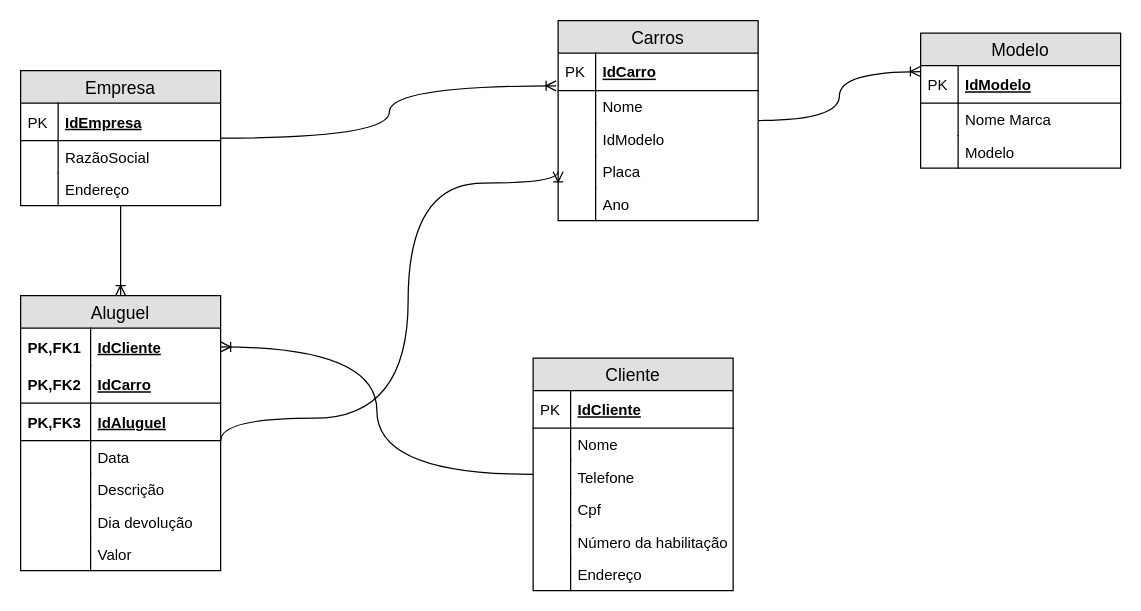
Earlier version of the draw.io diagram page "Page-2" (2 of 2) of Rick´s Cars.drawio (Rodhenrique/Sprint-BD-Senai). Source tidied: cells renumbered, new cells numbered last; positions are measured from the earlier drawing's top-left corner, leaving out a move shared by most shapes. Both pictures are drawn from the tidied source at 125%, with x=0, y=0 at pixel (20, 20).
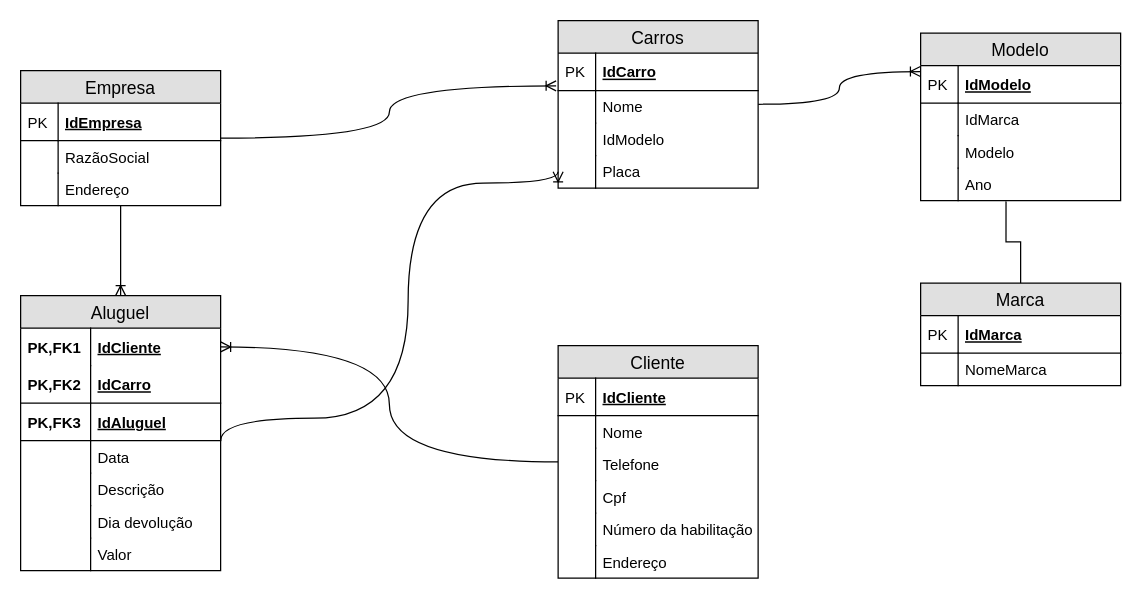
The same diagram, later.

What changed in the source:
```diff
@@
     <mxCell id="12" value="Carros" style="swimlane;fontStyle=0;horizontal=1;startSize=26;fillColor=#e0e0e0;swimlaneFillColor=#ffffff;align=center;fontSize=14;" parent="1" vertex="1">
-      <mxGeometry x="430" y="-0.1" width="160" height="160" as="geometry" />
+      <mxGeometry x="430" y="-0.1" width="160" height="134" as="geometry" />
     </mxCell>
@@
-    <mxCell id="21" value="Ano" style="shape=partialRectangle;top=0;left=0;right=0;bottom=0;align=left;verticalAlign=top;fillColor=none;spacingLeft=34;spacingRight=4;overflow=hidden;points=[[0,0.5],[1,0.5]];portConstraint=eastwest;fontSize=12;" parent="12" vertex="1">
-      <mxGeometry y="134" width="160" height="26" as="geometry" />
-    </mxCell>
-    <mxCell id="22" style="shape=partialRectangle;top=0;left=0;bottom=0;fillColor=none;align=left;verticalAlign=top;spacingLeft=4;spacingRight=4;overflow=hidden;fontSize=12;" parent="21" vertex="1">
-      <mxGeometry width="30" height="26" as="geometry" />
-    </mxCell>
@@
     <mxCell id="39" value="Cliente" style="swimlane;fontStyle=0;horizontal=1;startSize=26;fillColor=#e0e0e0;swimlaneFillColor=#ffffff;align=center;fontSize=14;" parent="1" vertex="1">
-      <mxGeometry x="410" y="270" width="160" height="186" as="geometry" />
+      <mxGeometry x="430" y="260" width="160" height="186" as="geometry" />
     </mxCell>
@@
     <mxCell id="53" value="Modelo" style="swimlane;fontStyle=0;horizontal=1;startSize=26;fillColor=#e0e0e0;swimlaneFillColor=#ffffff;align=center;fontSize=14;" parent="1" vertex="1">
-      <mxGeometry x="720" y="10" width="160" height="108" as="geometry" />
+      <mxGeometry x="720" y="10" width="160" height="134" as="geometry" />
     </mxCell>
@@
-    <mxCell id="56" value="Nome Marca" style="shape=partialRectangle;top=0;left=0;right=0;bottom=0;align=left;verticalAlign=top;fillColor=none;spacingLeft=34;spacingRight=4;overflow=hidden;fontSize=12;" parent="53" vertex="1">
+    <mxCell id="56" value="IdMarca" style="shape=partialRectangle;top=0;left=0;right=0;bottom=0;align=left;verticalAlign=top;fillColor=none;spacingLeft=34;spacingRight=4;overflow=hidden;fontSize=12;" parent="53" vertex="1">
       <mxGeometry y="56" width="160" height="26" as="geometry" />
     </mxCell>
@@
+    <mxCell id="21" value="Ano" style="shape=partialRectangle;top=0;left=0;right=0;bottom=0;align=left;verticalAlign=top;fillColor=none;spacingLeft=34;spacingRight=4;overflow=hidden;points=[[0,0.5],[1,0.5]];portConstraint=eastwest;fontSize=12;" parent="53" vertex="1">
+      <mxGeometry y="108" width="160" height="26" as="geometry" />
+    </mxCell>
+    <mxCell id="60" style="shape=partialRectangle;top=0;left=0;bottom=0;fillColor=none;align=left;verticalAlign=top;spacingLeft=4;spacingRight=4;overflow=hidden;fontSize=12;" parent="21" vertex="1">
+      <mxGeometry width="30" height="26" as="geometry" />
+    </mxCell>
+    <mxCell id="61" style="edgeStyle=orthogonalEdgeStyle;rounded=0;jettySize=auto;html=1;entryX=0.427;entryY=1.023;entryDx=0;entryDy=0;entryPerimeter=0;endArrow=none;endFill=0;" parent="1" edge="1" source="62" target="21">
+      <mxGeometry relative="1" as="geometry" />
+    </mxCell>
+    <mxCell id="62" value="Marca" style="swimlane;fontStyle=0;horizontal=1;startSize=26;fillColor=#e0e0e0;swimlaneFillColor=#ffffff;align=center;fontSize=14;" parent="1" vertex="1">
+      <mxGeometry x="720" y="210" width="160" height="82" as="geometry" />
+    </mxCell>
+    <mxCell id="63" value="IdMarca" style="shape=partialRectangle;top=0;left=0;right=0;bottom=1;align=left;verticalAlign=middle;fillColor=none;spacingLeft=34;spacingRight=4;overflow=hidden;fontStyle=5;fontSize=12;" parent="62" vertex="1">
+      <mxGeometry y="26" width="160" height="30" as="geometry" />
+    </mxCell>
+    <mxCell id="64" value="PK" style="shape=partialRectangle;top=0;left=0;bottom=0;fillColor=none;align=left;verticalAlign=middle;spacingLeft=4;spacingRight=4;overflow=hidden;fontSize=12;" parent="63" vertex="1">
+      <mxGeometry width="30" height="30" as="geometry" />
+    </mxCell>
+    <mxCell id="65" value="NomeMarca" style="shape=partialRectangle;top=0;left=0;right=0;bottom=0;align=left;verticalAlign=top;fillColor=none;spacingLeft=34;spacingRight=4;overflow=hidden;fontSize=12;" parent="62" vertex="1">
+      <mxGeometry y="56" width="160" height="26" as="geometry" />
+    </mxCell>
+    <mxCell id="66" style="shape=partialRectangle;top=0;left=0;bottom=0;fillColor=none;align=left;verticalAlign=top;spacingLeft=4;spacingRight=4;overflow=hidden;fontSize=12;" parent="65" vertex="1">
+      <mxGeometry width="30" height="26" as="geometry" />
+    </mxCell>
```
